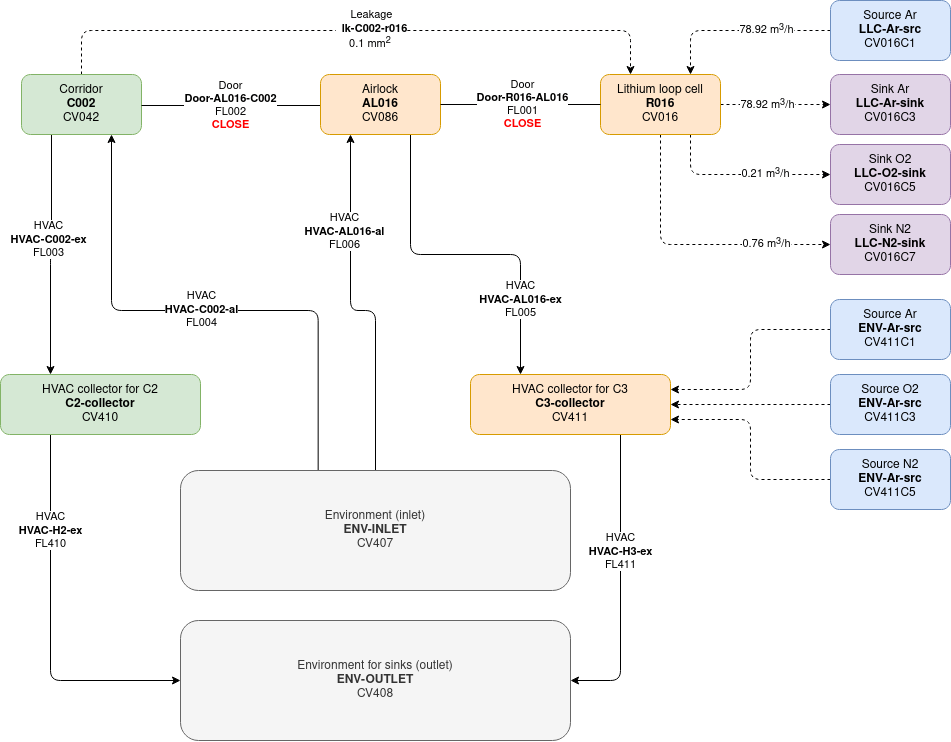
Above: informes/informe_10-10-2022/submodelo.png in manjavacas/melcor-ifmif-dones (draw.io), before the change. Source tidied: cells renumbered, new cells last; positions are measured from the earlier drawing's top-left corner, leaving out a move shared by most shapes.
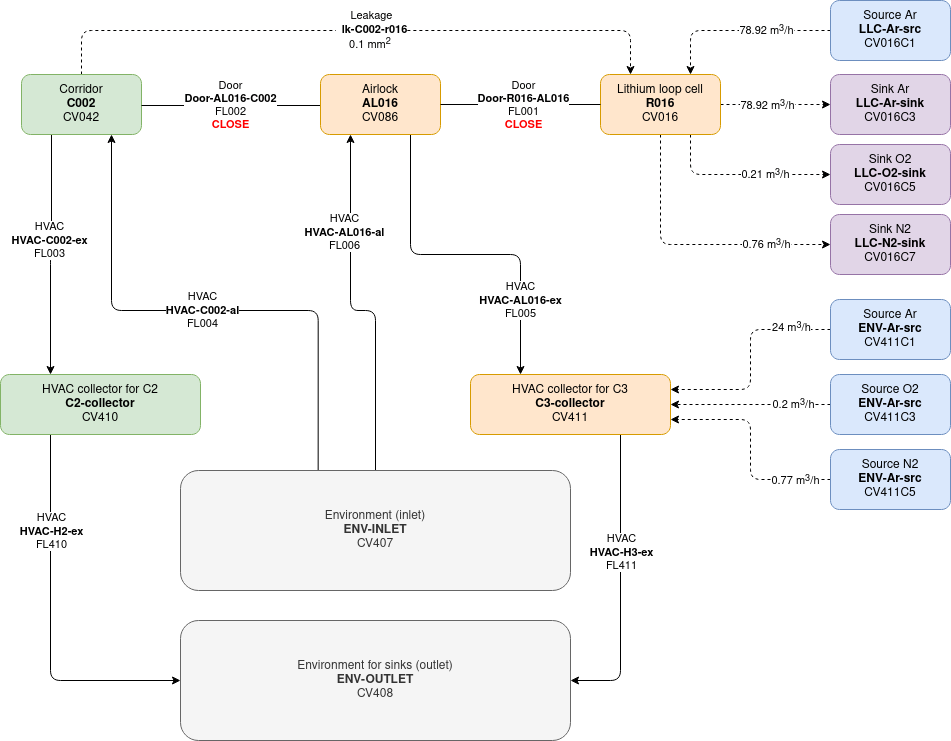
Above is the later version.

Change to the diagram source:
```diff
@@ -143,6 +143,11 @@
     <mxCell id="34" style="edgeStyle=orthogonalEdgeStyle;rounded=1;jettySize=auto;html=1;entryX=1;entryY=0.5;entryDx=0;entryDy=0;dashed=1;fontSize=12;exitX=0;exitY=0.5;exitDx=0;exitDy=0;" parent="1" edge="1" source="35" target="26">
       <mxGeometry relative="1" as="geometry" />
     </mxCell>
+    <mxCell id="44" value="0.2 m&lt;sup&gt;3&lt;/sup&gt;/h" style="edgeLabel;html=1;align=center;verticalAlign=middle;" parent="34" vertex="1">
+      <mxGeometry x="-0.21" y="1" relative="1" as="geometry">
+        <mxPoint x="25" y="-2" as="offset" />
+      </mxGeometry>
+    </mxCell>
     <mxCell id="35" value="&lt;div&gt;Source O2&lt;/div&gt;&lt;div&gt;&lt;b&gt;ENV-Ar-src&lt;br&gt;&lt;/b&gt;CV411C3&lt;br&gt;&lt;/div&gt;" style="rounded=1;whiteSpace=wrap;html=1;fontSize=12;fillColor=#dae8fc;strokeColor=#6c8ebf;" parent="1" vertex="1">
       <mxGeometry x="830" y="374" width="120" height="60" as="geometry" />
     </mxCell>
@@ -155,12 +160,22 @@
     <mxCell id="38" style="edgeStyle=orthogonalEdgeStyle;rounded=1;jettySize=auto;html=1;exitX=0;exitY=0.5;exitDx=0;exitDy=0;entryX=1;entryY=0.75;entryDx=0;entryDy=0;dashed=1;fontSize=12;" parent="1" edge="1" source="39" target="26">
       <mxGeometry relative="1" as="geometry" />
     </mxCell>
+    <mxCell id="45" value="0.77 m&lt;sup&gt;3&lt;/sup&gt;/h" style="edgeLabel;html=1;align=center;verticalAlign=middle;" parent="38" vertex="1">
+      <mxGeometry x="-0.49" relative="1" as="geometry">
+        <mxPoint x="20" as="offset" />
+      </mxGeometry>
+    </mxCell>
     <mxCell id="39" value="&lt;div&gt;Source N2&lt;/div&gt;&lt;div&gt;&lt;b&gt;ENV-Ar-src&lt;br&gt;&lt;/b&gt;CV411C5&lt;br&gt;&lt;/div&gt;" style="rounded=1;whiteSpace=wrap;html=1;fontSize=12;fillColor=#dae8fc;strokeColor=#6c8ebf;" parent="1" vertex="1">
       <mxGeometry x="830" y="449" width="120" height="60" as="geometry" />
     </mxCell>
     <mxCell id="40" style="edgeStyle=orthogonalEdgeStyle;rounded=1;jettySize=auto;html=1;exitX=0;exitY=0.5;exitDx=0;exitDy=0;entryX=1;entryY=0.25;entryDx=0;entryDy=0;dashed=1;fontSize=12;" parent="1" edge="1" source="41" target="26">
       <mxGeometry relative="1" as="geometry" />
     </mxCell>
+    <mxCell id="46" value="24 m&lt;sup&gt;3&lt;/sup&gt;/h" style="edgeLabel;html=1;align=center;verticalAlign=middle;" parent="40" vertex="1">
+      <mxGeometry x="-0.47" y="-3" relative="1" as="geometry">
+        <mxPoint x="18" as="offset" />
+      </mxGeometry>
+    </mxCell>
     <mxCell id="41" value="Source Ar&lt;br&gt;&lt;div&gt;&lt;b&gt;ENV-Ar-src&lt;/b&gt;&lt;/div&gt;&lt;div&gt;CV411C1&lt;br&gt;&lt;b&gt;&lt;/b&gt;&lt;/div&gt;" style="rounded=1;whiteSpace=wrap;html=1;fontSize=12;fillColor=#dae8fc;strokeColor=#6c8ebf;" parent="1" vertex="1">
       <mxGeometry x="830" y="299" width="120" height="60" as="geometry" />
     </mxCell>
```
